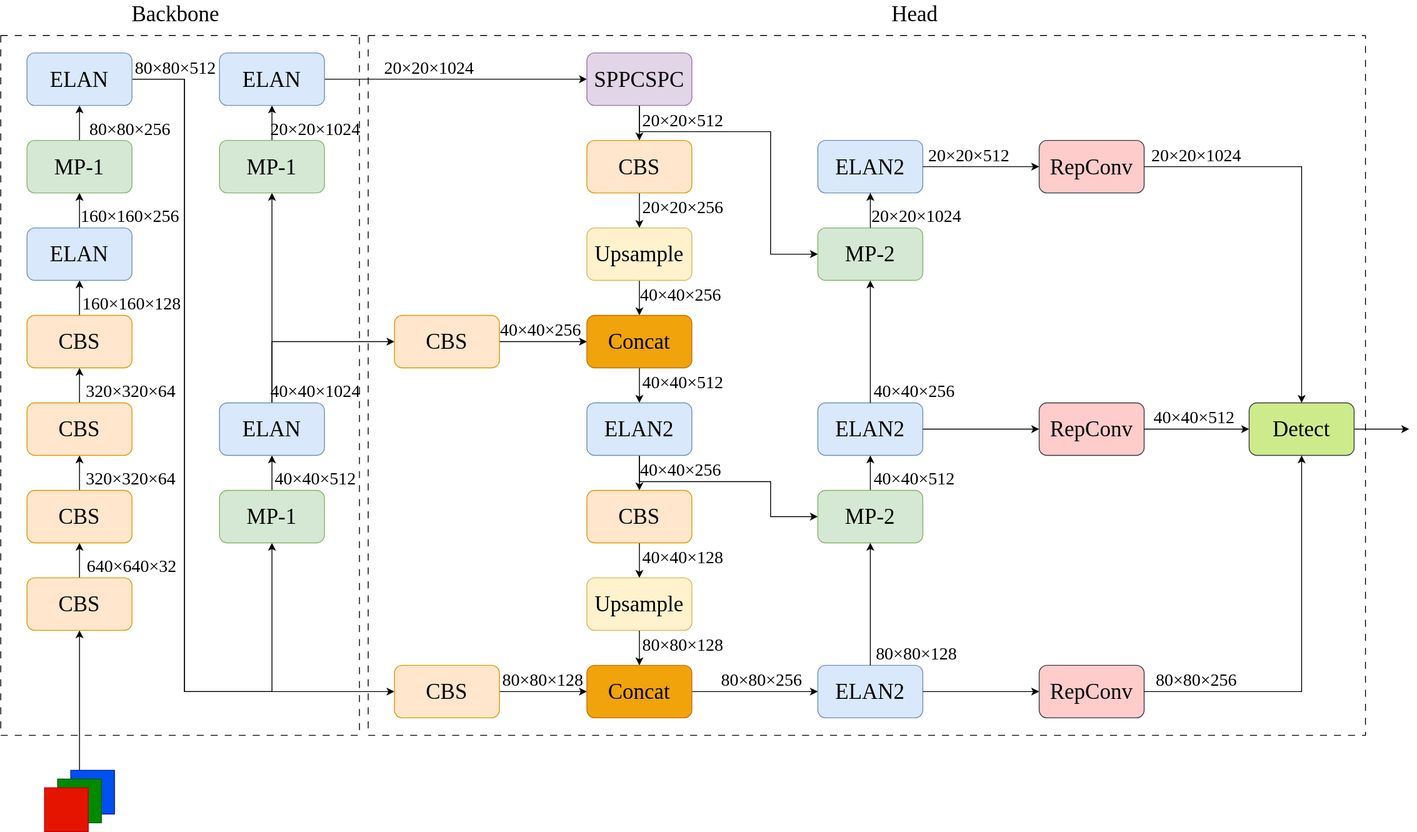
This is YOLOv7.drawio.svg from Kiron666/PlotNeuralNet, a draw.io export, as it was before one commit. Source tidied: cells renumbered, new cells last; positions are measured from the earlier drawing's top-left corner, leaving out a move shared by most shapes.
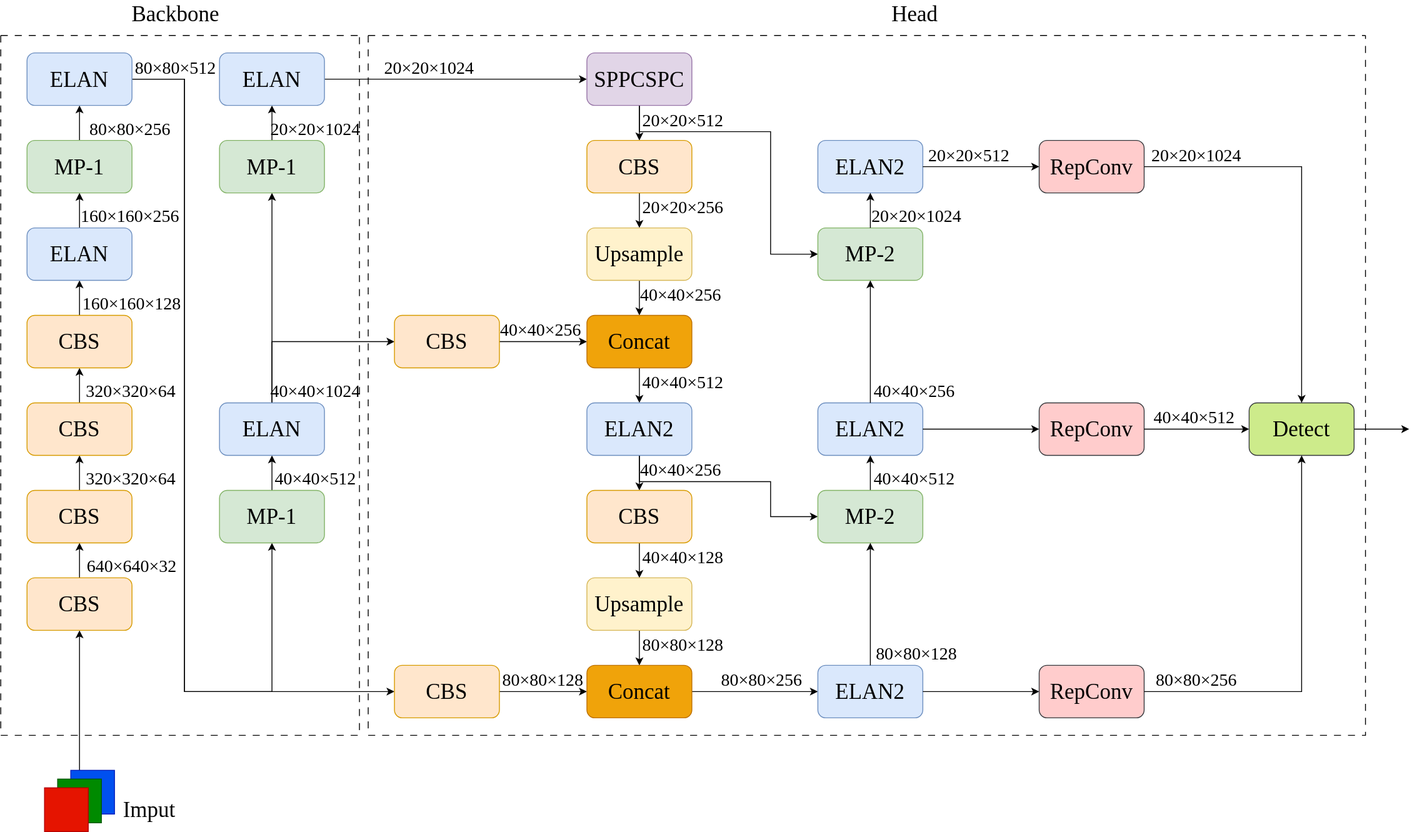
Later version of the same file.

The edit, as a diff of the source:
```diff
@@ -336,5 +336,8 @@
     <mxCell id="104" value="Head" style="text;html=1;strokeColor=none;fillColor=none;align=center;verticalAlign=middle;whiteSpace=wrap;rounded=0;fontFamily=Times New Roman;fontSize=25;" parent="1" vertex="1">
       <mxGeometry x="1015" width="60" height="30" as="geometry" />
     </mxCell>
+    <mxCell id="105" value="Imput" style="text;html=1;strokeColor=none;fillColor=none;align=center;verticalAlign=middle;whiteSpace=wrap;rounded=0;fontFamily=Times New Roman;fontSize=25;" parent="1" vertex="1">
+      <mxGeometry x="140" y="910" width="60" height="30" as="geometry" />
+    </mxCell>
   </root>
 </mxGraphModel>
```
